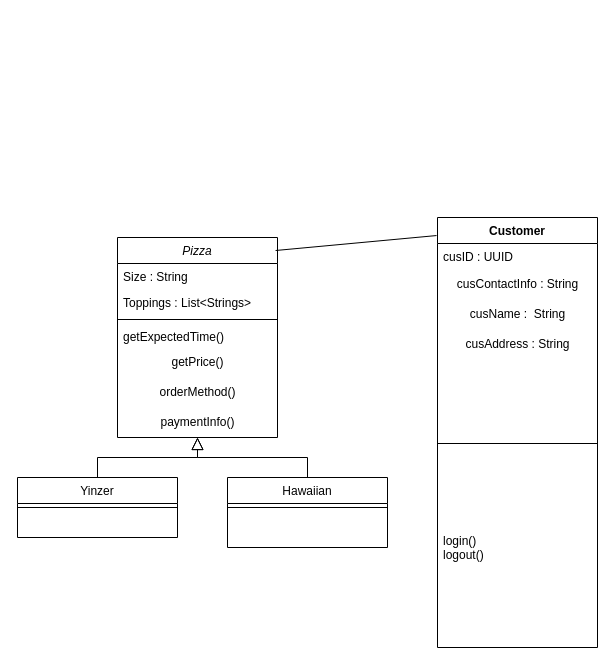
The draw.io diagram Class exercise pizza.drawio in sirfan123/1530, before the edit. Source tidied: cells renumbered, new cells numbered last; positions are measured from the earlier drawing's top-left corner, leaving out a move shared by most shapes. Both pictures are drawn from the tidied source at 100%, with x=0, y=0 at pixel (17, 217).
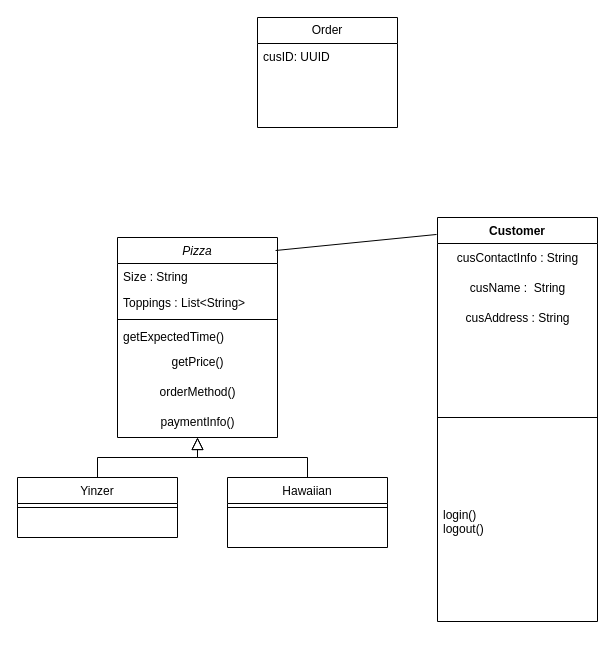
After the change.

The change refers to these unchanged cells:
```xml
<mxCell id="2" value="Pizza" style="swimlane;fontStyle=2;align=center;verticalAlign=top;horizontal=1;startSize=26;rounded=0;shadow=0;strokeWidth=1;" parent="1" vertex="1">
  <mxGeometry x="100" y="20" width="160" height="200" as="geometry" />
</mxCell>
```

Diff of the diagram source:
```diff
@@
-    <mxCell id="4" value="Toppings : List&lt;Strings&gt;" style="text;align=left;verticalAlign=top;spacingLeft=4;spacingRight=4;overflow=hidden;rounded=0;shadow=0;html=0;" parent="2" vertex="1">
+    <mxCell id="4" value="Toppings : List&lt;String&gt;" style="text;align=left;verticalAlign=top;spacingLeft=4;spacingRight=4;overflow=hidden;rounded=0;shadow=0;html=0;" parent="2" vertex="1">
       <mxGeometry y="52" width="160" height="26" as="geometry" />
     </mxCell>
@@
     <mxCell id="16" value="Customer" style="swimlane;fontStyle=1;align=center;verticalAlign=top;horizontal=1;startSize=26;whiteSpace=wrap;html=1;" parent="1" vertex="1">
-      <mxGeometry x="420" width="160" height="430" as="geometry" />
+      <mxGeometry x="420" width="160" height="404" as="geometry" />
     </mxCell>
-    <mxCell id="17" value="cusID : UUID" style="text;strokeColor=none;fillColor=none;align=left;verticalAlign=top;spacingLeft=4;spacingRight=4;overflow=hidden;whiteSpace=wrap;html=1;" parent="16" vertex="1">
-      <mxGeometry y="26" width="160" height="26" as="geometry" />
-    </mxCell>
     <mxCell id="18" value="cusContactInfo : String" style="text;html=1;align=center;verticalAlign=middle;strokeColor=none;fillColor=none;" parent="16" vertex="1">
-      <mxGeometry y="52" width="160" height="30" as="geometry" />
+      <mxGeometry y="26" width="160" height="30" as="geometry" />
     </mxCell>
     <mxCell id="19" value="cusName : &amp;nbsp;String" style="text;html=1;align=center;verticalAlign=middle;strokeColor=none;fillColor=none;" parent="16" vertex="1">
-      <mxGeometry y="82" width="160" height="30" as="geometry" />
+      <mxGeometry y="56" width="160" height="30" as="geometry" />
     </mxCell>
     <mxCell id="20" value="cusAddress : String" style="text;html=1;align=center;verticalAlign=middle;strokeColor=none;fillColor=none;" parent="16" vertex="1">
-      <mxGeometry y="112" width="160" height="30" as="geometry" />
+      <mxGeometry y="86" width="160" height="30" as="geometry" />
     </mxCell>
     <mxCell id="21" style="line;strokeWidth=1;fillColor=none;align=left;verticalAlign=middle;spacingTop=-1;spacingLeft=3;spacingRight=3;labelPosition=right;strokeColor=inherit;" parent="16" vertex="1">
-      <mxGeometry y="142" width="160" height="168" as="geometry" />
+      <mxGeometry y="116" width="160" height="168" as="geometry" />
     </mxCell>
     <mxCell id="22" value="login()&lt;br&gt;logout()" style="text;strokeColor=none;fillColor=none;align=left;verticalAlign=top;spacingLeft=4;spacingRight=4;overflow=hidden;whiteSpace=wrap;html=1;" parent="16" vertex="1">
-      <mxGeometry y="310" width="160" height="120" as="geometry" />
+      <mxGeometry y="284" width="160" height="120" as="geometry" />
     </mxCell>
@@
+    <mxCell id="24" value="Order" style="swimlane;fontStyle=0;horizontal=1;startSize=26;fillColor=none;whiteSpace=wrap;html=1;" parent="1" vertex="1">
+      <mxGeometry x="240" y="-200" width="140" height="110" as="geometry" />
+    </mxCell>
+    <mxCell id="25" value="cusID: UUID" style="text;strokeColor=none;fillColor=none;align=left;verticalAlign=top;spacingLeft=4;spacingRight=4;overflow=hidden;whiteSpace=wrap;html=1;" parent="24" vertex="1">
+      <mxGeometry y="26" width="140" height="84" as="geometry" />
+    </mxCell>
```
